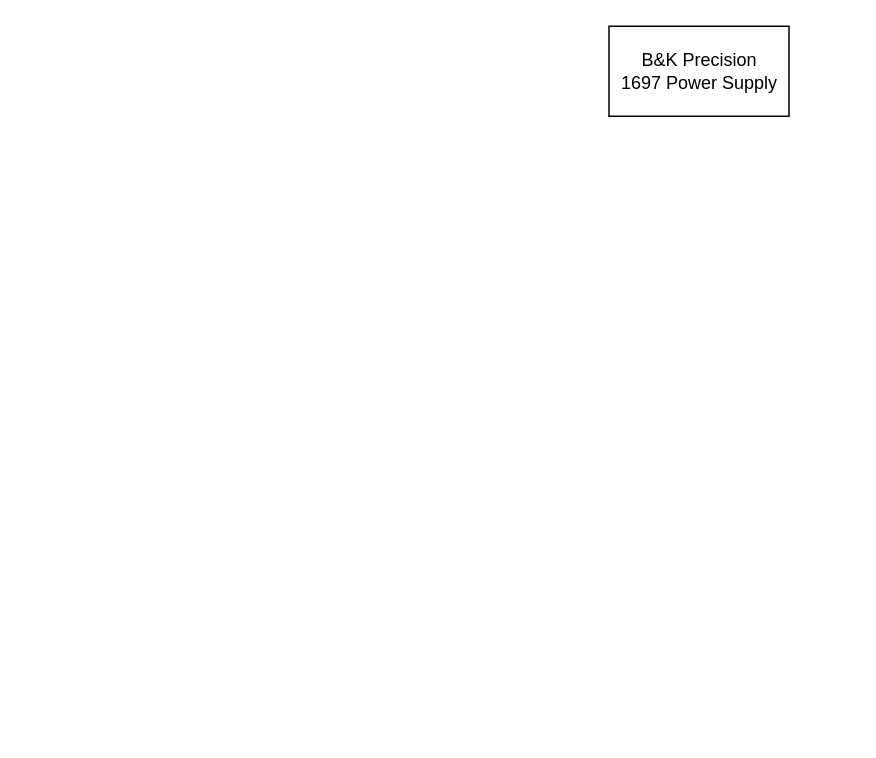
Above: Untitled Diagram.drawio in Casparvik/pylabshw (draw.io), before the change. Source tidied: cells renumbered, new cells numbered last; positions are measured from the earlier drawing's top-left corner, leaving out a move shared by most shapes. Both pictures are drawn from the tidied source at 150%, with x=0, y=0 at pixel (608, 26).
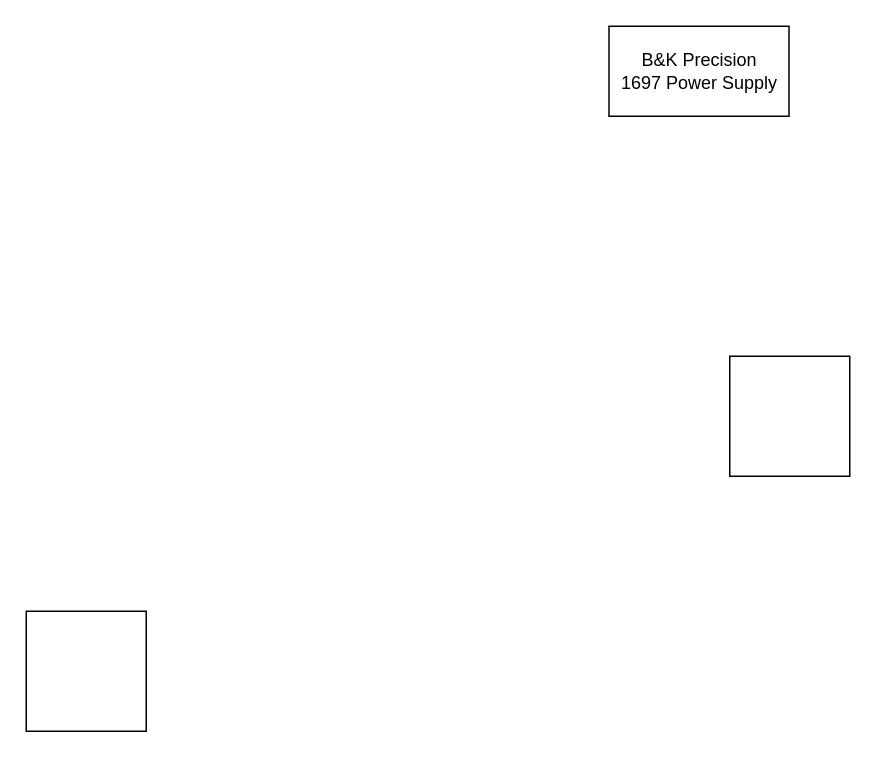
The same diagram, later.

The edit, as a diff of the source:
```diff
@@
 <mxGraphModel>
   <root>
     <mxCell id="0" />
     <mxCell id="1" parent="0" />
     <mxCell id="2" value="B&amp;amp;K Precision&lt;br&gt;1697 Power Supply&lt;br&gt;" style="rounded=0;whiteSpace=wrap;html=1;" parent="1" vertex="1">
       <mxGeometry x="0.5" width="120" height="60" as="geometry" />
     </mxCell>
+    <mxCell id="3" style="whiteSpace=wrap;html=1;" parent="1" vertex="1">
+      <mxGeometry x="-388" y="390" width="80" height="80" as="geometry" />
+    </mxCell>
+    <mxCell id="4" style="whiteSpace=wrap;html=1;" parent="1" vertex="1">
+      <mxGeometry x="81" y="220" width="80" height="80" as="geometry" />
+    </mxCell>
   </root>
 </mxGraphModel>
```
